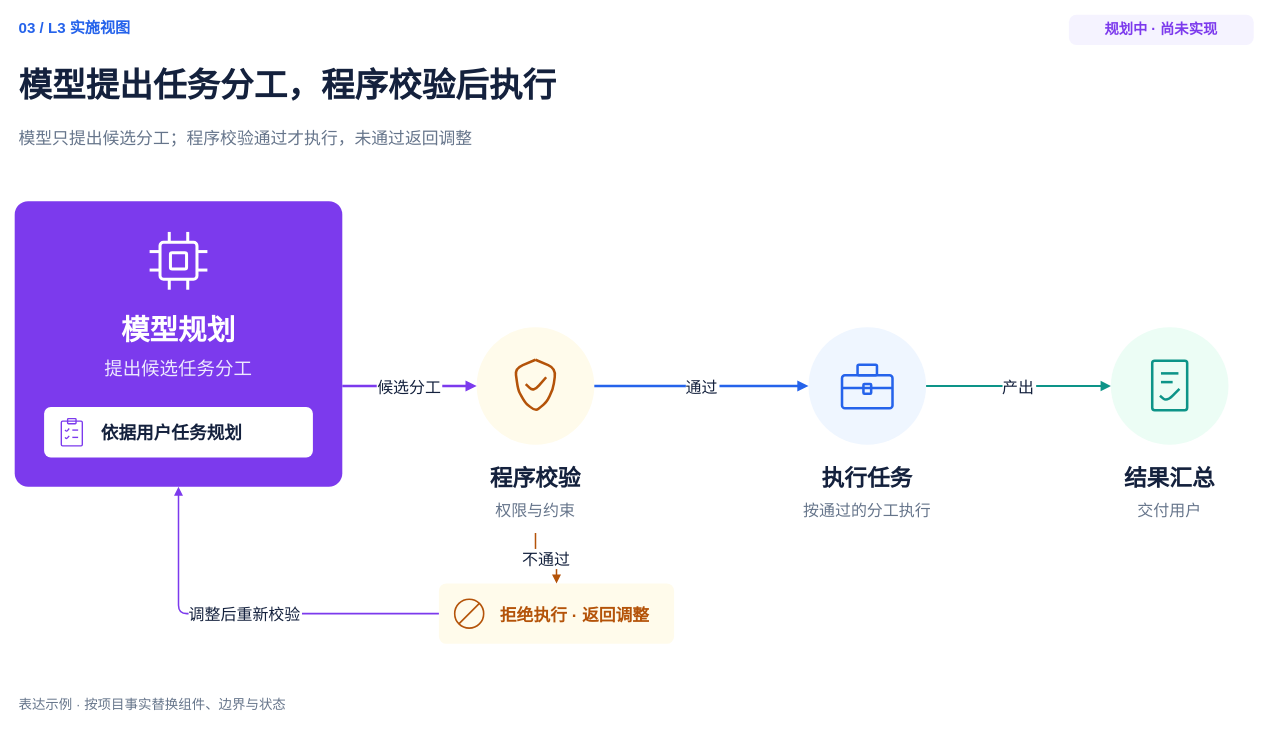
The draw.io diagram page "未来规划（规划中）" (2 of 2) of plugins/team-standards/skills/architecture-diagram-design/assets/templates/03-execution-comparison.drawio in exception-coder/team-standards, before the edit. Source tidied: cells renumbered, new cells numbered last; positions are measured from the earlier drawing's top-left corner, leaving out a move shared by most shapes. Both pictures are drawn from the tidied source at 84%, with x=0, y=0 at pixel (14, 14).
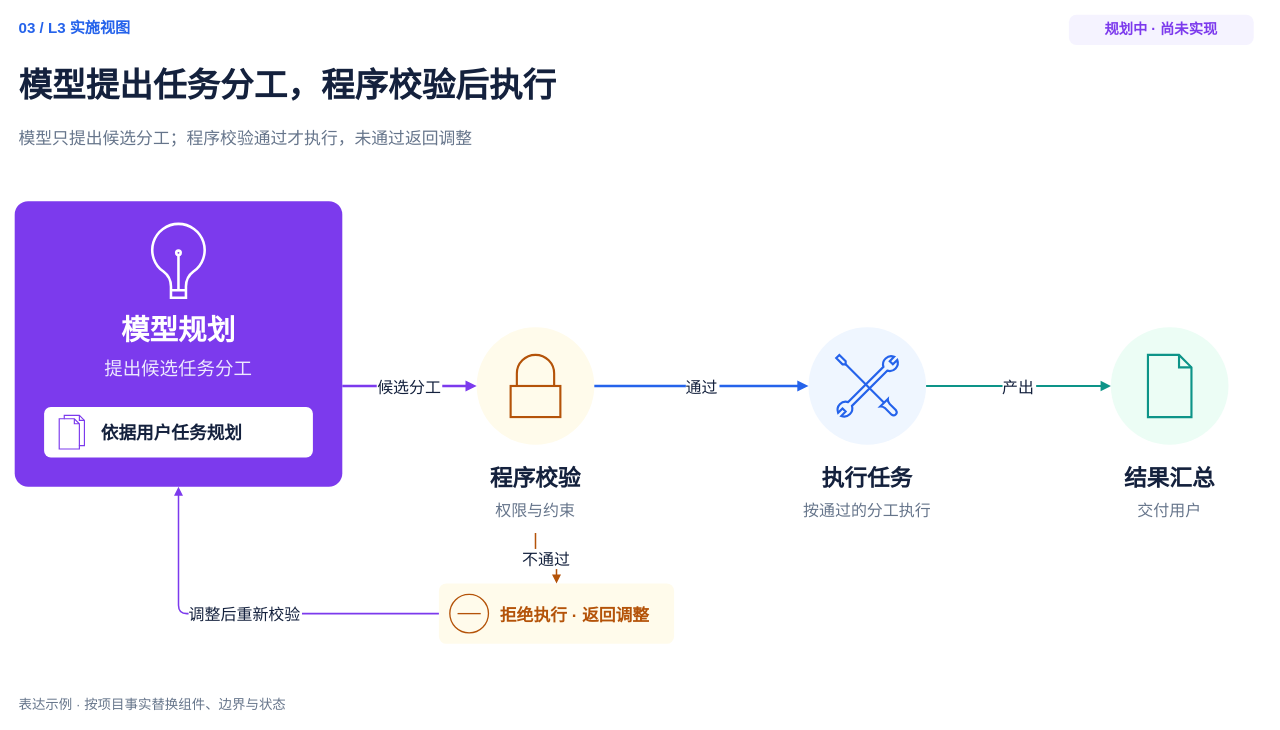
The same diagram, later.

The change refers to these unchanged cells:
```xml
<mxCell id="8" style="group;selectParentFirst=1;fillColor=none;strokeColor=none;" parent="1" vertex="1">
  <mxGeometry y="222" width="390" height="340" as="geometry" />
</mxCell>
<mxCell id="23" style="group;selectParentFirst=1;fillColor=none;strokeColor=none;" parent="8" vertex="1">
  <mxGeometry x="35" y="245" width="320" height="60" as="geometry" />
</mxCell>
<mxCell id="33" style="group;selectParentFirst=1;fillColor=none;strokeColor=none;" parent="1" vertex="1">
  <mxGeometry x="505" y="347" width="230" height="270" as="geometry" />
</mxCell>
<mxCell id="40" style="group;selectParentFirst=1;fillColor=none;strokeColor=none;" parent="1" vertex="1">
  <mxGeometry x="900" y="347" width="230" height="270" as="geometry" />
</mxCell>
<mxCell id="49" style="group;selectParentFirst=1;fillColor=none;strokeColor=none;" parent="1" vertex="1">
  <mxGeometry x="1260" y="347" width="230" height="270" as="geometry" />
</mxCell>
<mxCell id="61" style="group;selectParentFirst=1;fillColor=none;strokeColor=none;" parent="1" vertex="1">
  <mxGeometry x="505" y="677" width="280" height="72" as="geometry" />
</mxCell>
```

What changed in the source:
```diff
@@
-    <mxCell id="10" style="group;selectParentFirst=1;fillColor=none;strokeColor=none;" parent="8" vertex="1">
-      <mxGeometry x="151" y="27" width="88" height="88" as="geometry" />
+    <mxCell id="10" style="fontFamily=Microsoft YaHei,Arial;html=0;fontColor=#14213D;shape=mxgraph.ios7.icons.lightbulb;fillColor=none;strokeColor=#FFFFFF;strokeWidth=3.0250000000000004;" parent="8" vertex="1">
+      <mxGeometry x="161.1" y="27" width="67.7" height="88" as="geometry" />
     </mxCell>
-    <mxCell id="11" style="fontFamily=Microsoft YaHei,Arial;html=0;fontColor=#14213D;rounded=1;absoluteArcSize=1;arcSize=8.25;fillColor=none;strokeColor=#FFFFFF;strokeWidth=2;strokeWidth=3.575;" parent="10" vertex="1">
-      <mxGeometry x="22" y="22" width="44" height="44" as="geometry" />
-    </mxCell>
-    <mxCell id="12" style="endArrow=none;startArrow=none;strokeColor=#FFFFFF;strokeWidth=3.575;rounded=1;html=0;" parent="10" edge="1">
-      <mxGeometry relative="1" as="geometry">
-        <mxPoint x="33" y="9.6" as="sourcePoint" />
-        <mxPoint x="33" y="22" as="targetPoint" />
-      </mxGeometry>
-    </mxCell>
-    <mxCell id="13" style="endArrow=none;startArrow=none;strokeColor=#FFFFFF;strokeWidth=3.575;rounded=1;html=0;" parent="10" edge="1">
-      <mxGeometry relative="1" as="geometry">
-        <mxPoint x="33" y="66" as="sourcePoint" />
-        <mxPoint x="33" y="78.4" as="targetPoint" />
-      </mxGeometry>
-    </mxCell>
-    <mxCell id="14" style="endArrow=none;startArrow=none;strokeColor=#FFFFFF;strokeWidth=3.575;rounded=1;html=0;" parent="10" edge="1">
-      <mxGeometry relative="1" as="geometry">
-        <mxPoint x="9.6" y="33" as="sourcePoint" />
-        <mxPoint x="22" y="33" as="targetPoint" />
-      </mxGeometry>
-    </mxCell>
-    <mxCell id="15" style="endArrow=none;startArrow=none;strokeColor=#FFFFFF;strokeWidth=3.575;rounded=1;html=0;" parent="10" edge="1">
-      <mxGeometry relative="1" as="geometry">
-        <mxPoint x="66" y="33" as="sourcePoint" />
-        <mxPoint x="78.4" y="33" as="targetPoint" />
-      </mxGeometry>
-    </mxCell>
-    <mxCell id="16" style="endArrow=none;startArrow=none;strokeColor=#FFFFFF;strokeWidth=3.575;rounded=1;html=0;" parent="10" edge="1">
-      <mxGeometry relative="1" as="geometry">
-        <mxPoint x="55" y="9.6" as="sourcePoint" />
-        <mxPoint x="55" y="22" as="targetPoint" />
-      </mxGeometry>
-    </mxCell>
-    <mxCell id="17" style="endArrow=none;startArrow=none;strokeColor=#FFFFFF;strokeWidth=3.575;rounded=1;html=0;" parent="10" edge="1">
-      <mxGeometry relative="1" as="geometry">
-        <mxPoint x="55" y="66" as="sourcePoint" />
-        <mxPoint x="55" y="78.4" as="targetPoint" />
-      </mxGeometry>
-    </mxCell>
-    <mxCell id="18" style="endArrow=none;startArrow=none;strokeColor=#FFFFFF;strokeWidth=3.575;rounded=1;html=0;" parent="10" edge="1">
-      <mxGeometry relative="1" as="geometry">
-        <mxPoint x="9.6" y="55" as="sourcePoint" />
-        <mxPoint x="22" y="55" as="targetPoint" />
-      </mxGeometry>
-    </mxCell>
-    <mxCell id="19" style="endArrow=none;startArrow=none;strokeColor=#FFFFFF;strokeWidth=3.575;rounded=1;html=0;" parent="10" edge="1">
-      <mxGeometry relative="1" as="geometry">
-        <mxPoint x="66" y="55" as="sourcePoint" />
-        <mxPoint x="78.4" y="55" as="targetPoint" />
-      </mxGeometry>
-    </mxCell>
-    <mxCell id="20" style="fontFamily=Microsoft YaHei,Arial;html=0;fontColor=#14213D;rounded=1;absoluteArcSize=1;arcSize=4.125;fillColor=none;strokeColor=#FFFFFF;strokeWidth=2;strokeWidth=3.575;" parent="10" vertex="1">
-      <mxGeometry x="34.4" y="34.4" width="19.2" height="19.2" as="geometry" />
-    </mxCell>
@@
-    <mxCell id="25" style="group;selectParentFirst=1;fillColor=none;strokeColor=none;" parent="23" vertex="1">
-      <mxGeometry x="13" y="10" width="40" height="40" as="geometry" />
+    <mxCell id="25" style="fontFamily=Microsoft YaHei,Arial;html=0;fontColor=#14213D;shape=mxgraph.ios7.icons.documents;fillColor=none;strokeColor=#7C3AED;strokeWidth=1.375;" parent="23" vertex="1">
+      <mxGeometry x="18" y="10" width="30" height="40" as="geometry" />
     </mxCell>
-    <mxCell id="26" style="fontFamily=Microsoft YaHei,Arial;html=0;fontColor=#14213D;rounded=1;absoluteArcSize=1;arcSize=3.125;fillColor=none;strokeColor=#7C3AED;strokeWidth=2;strokeWidth=1.625;" parent="25" vertex="1">
-      <mxGeometry x="7.5" y="6.9" width="25" height="29.4" as="geometry" />
-    </mxCell>
-    <mxCell id="27" style="fontFamily=Microsoft YaHei,Arial;html=0;fontColor=#14213D;rounded=1;absoluteArcSize=1;arcSize=1.875;fillColor=none;strokeColor=#7C3AED;strokeWidth=2;strokeWidth=1.625;" parent="25" vertex="1">
-      <mxGeometry x="15" y="3.8" width="10" height="6.2" as="geometry" />
-    </mxCell>
-    <mxCell id="28" style="endArrow=none;startArrow=none;strokeColor=#7C3AED;strokeWidth=1.625;rounded=1;html=0;" parent="25" edge="1">
-      <mxGeometry relative="1" as="geometry">
-        <mxPoint x="11.9" y="17.5" as="sourcePoint" />
-        <mxPoint x="16.9" y="15.6" as="targetPoint" />
-        <Array as="points">
-          <mxPoint x="13.8" y="19.4" />
-        </Array>
-      </mxGeometry>
-    </mxCell>
-    <mxCell id="29" style="endArrow=none;startArrow=none;strokeColor=#7C3AED;strokeWidth=1.625;rounded=1;html=0;" parent="25" edge="1">
-      <mxGeometry relative="1" as="geometry">
-        <mxPoint x="20.6" y="17.5" as="sourcePoint" />
-        <mxPoint x="27.5" y="17.5" as="targetPoint" />
-      </mxGeometry>
-    </mxCell>
-    <mxCell id="30" style="endArrow=none;startArrow=none;strokeColor=#7C3AED;strokeWidth=1.625;rounded=1;html=0;" parent="25" edge="1">
-      <mxGeometry relative="1" as="geometry">
-        <mxPoint x="11.9" y="26.2" as="sourcePoint" />
-        <mxPoint x="16.9" y="24.4" as="targetPoint" />
-        <Array as="points">
-          <mxPoint x="13.8" y="28.1" />
-        </Array>
-      </mxGeometry>
-    </mxCell>
-    <mxCell id="31" style="endArrow=none;startArrow=none;strokeColor=#7C3AED;strokeWidth=1.625;rounded=1;html=0;" parent="25" edge="1">
-      <mxGeometry relative="1" as="geometry">
-        <mxPoint x="20.6" y="26.2" as="sourcePoint" />
-        <mxPoint x="27.5" y="26.2" as="targetPoint" />
-      </mxGeometry>
-    </mxCell>
@@
-    <mxCell id="35" style="group;selectParentFirst=1;fillColor=none;strokeColor=none;" parent="33" vertex="1">
-      <mxGeometry x="78" y="58" width="74" height="74" as="geometry" />
+    <mxCell id="35" style="fontFamily=Microsoft YaHei,Arial;html=0;fontColor=#14213D;shape=mxgraph.ios7.icons.locked;fillColor=none;strokeColor=#B45309;strokeWidth=2.54375;" parent="33" vertex="1">
+      <mxGeometry x="85.4" y="58" width="59.2" height="74" as="geometry" />
     </mxCell>
-    <mxCell id="36" style="endArrow=none;startArrow=none;strokeColor=#B45309;strokeWidth=3.00625;rounded=1;html=0;" parent="35" edge="1">
-      <mxGeometry relative="1" as="geometry">
-        <mxPoint x="37" y="5.8" as="sourcePoint" />
-        <mxPoint x="37" y="5.8" as="targetPoint" />
-        <Array as="points">
-          <mxPoint x="61.3" y="16.2" />
-          <mxPoint x="57.8" y="41.6" />
-          <mxPoint x="49.7" y="56.7" />
-          <mxPoint x="37" y="67.1" />
-          <mxPoint x="24.3" y="56.7" />
-          <mxPoint x="16.2" y="41.6" />
-          <mxPoint x="12.7" y="16.2" />
-        </Array>
-      </mxGeometry>
-    </mxCell>
-    <mxCell id="37" style="endArrow=none;startArrow=none;strokeColor=#B45309;strokeWidth=3.00625;rounded=1;html=0;" parent="35" edge="1">
-      <mxGeometry relative="1" as="geometry">
-        <mxPoint x="25.4" y="34.7" as="sourcePoint" />
-        <mxPoint x="49.7" y="26.6" as="targetPoint" />
-        <Array as="points">
-          <mxPoint x="34.7" y="43.9" />
-        </Array>
-      </mxGeometry>
-    </mxCell>
@@
-    <mxCell id="42" style="group;selectParentFirst=1;fillColor=none;strokeColor=none;" parent="40" vertex="1">
+    <mxCell id="42" style="fontFamily=Microsoft YaHei,Arial;html=0;fontColor=#14213D;shape=mxgraph.ios7.icons.tools;fillColor=none;strokeColor=#2563EB;strokeWidth=2.54375;" parent="40" vertex="1">
       <mxGeometry x="78" y="58" width="74" height="74" as="geometry" />
     </mxCell>
-    <mxCell id="43" style="fontFamily=Microsoft YaHei,Arial;html=0;fontColor=#14213D;rounded=1;absoluteArcSize=1;arcSize=6.9375;fillColor=none;strokeColor=#2563EB;strokeWidth=2;strokeWidth=3.00625;" parent="42" vertex="1">
-      <mxGeometry x="6.9" y="24.3" width="60.1" height="39.3" as="geometry" />
-    </mxCell>
-    <mxCell id="44" style="fontFamily=Microsoft YaHei,Arial;html=0;fontColor=#14213D;rounded=1;absoluteArcSize=1;arcSize=3.46875;fillColor=none;strokeColor=#2563EB;strokeWidth=2;strokeWidth=3.00625;" parent="42" vertex="1">
-      <mxGeometry x="25.4" y="11.6" width="23.1" height="12.7" as="geometry" />
-    </mxCell>
-    <mxCell id="45" style="endArrow=none;startArrow=none;strokeColor=#2563EB;strokeWidth=3.00625;rounded=1;html=0;" parent="42" edge="1">
-      <mxGeometry relative="1" as="geometry">
-        <mxPoint x="6.9" y="39.3" as="sourcePoint" />
-        <mxPoint x="67.1" y="39.3" as="targetPoint" />
-      </mxGeometry>
-    </mxCell>
-    <mxCell id="46" style="fontFamily=Microsoft YaHei,Arial;html=0;fontColor=#14213D;rounded=1;absoluteArcSize=1;arcSize=2.3125;fillColor=none;strokeColor=#2563EB;strokeWidth=2;strokeWidth=3.00625;" parent="42" vertex="1">
-      <mxGeometry x="32.4" y="34.7" width="9.2" height="11.6" as="geometry" />
-    </mxCell>
@@
-    <mxCell id="51" style="group;selectParentFirst=1;fillColor=none;strokeColor=none;" parent="49" vertex="1">
-      <mxGeometry x="78" y="58" width="74" height="74" as="geometry" />
+    <mxCell id="51" style="fontFamily=Microsoft YaHei,Arial;html=0;fontColor=#14213D;shape=mxgraph.ios7.icons.document;fillColor=none;strokeColor=#0D9488;strokeWidth=2.54375;" parent="49" vertex="1">
+      <mxGeometry x="89.1" y="58" width="51.8" height="74" as="geometry" />
     </mxCell>
-    <mxCell id="52" style="fontFamily=Microsoft YaHei,Arial;html=0;fontColor=#14213D;rounded=1;absoluteArcSize=1;arcSize=5.78125;fillColor=none;strokeColor=#0D9488;strokeWidth=2;strokeWidth=3.00625;" parent="51" vertex="1">
-      <mxGeometry x="16.2" y="6.9" width="41.6" height="59" as="geometry" />
-    </mxCell>
-    <mxCell id="53" style="endArrow=none;startArrow=none;strokeColor=#0D9488;strokeWidth=3.00625;rounded=1;html=0;" parent="51" edge="1">
-      <mxGeometry relative="1" as="geometry">
-        <mxPoint x="26.6" y="22" as="sourcePoint" />
-        <mxPoint x="47.4" y="22" as="targetPoint" />
-      </mxGeometry>
-    </mxCell>
-    <mxCell id="54" style="endArrow=none;startArrow=none;strokeColor=#0D9488;strokeWidth=3.00625;rounded=1;html=0;" parent="51" edge="1">
-      <mxGeometry relative="1" as="geometry">
-        <mxPoint x="26.6" y="32.4" as="sourcePoint" />
-        <mxPoint x="40.5" y="32.4" as="targetPoint" />
-      </mxGeometry>
-    </mxCell>
-    <mxCell id="55" style="endArrow=none;startArrow=none;strokeColor=#0D9488;strokeWidth=3.00625;rounded=1;html=0;" parent="51" edge="1">
-      <mxGeometry relative="1" as="geometry">
-        <mxPoint x="25.4" y="48.6" as="sourcePoint" />
-        <mxPoint x="48.6" y="40.5" as="targetPoint" />
-        <Array as="points">
-          <mxPoint x="33.5" y="55.5" />
-        </Array>
-      </mxGeometry>
-    </mxCell>
@@
-    <mxCell id="63" style="group;selectParentFirst=1;fillColor=none;strokeColor=none;" parent="61" vertex="1">
+    <mxCell id="63" style="fontFamily=Microsoft YaHei,Arial;html=0;fontColor=#14213D;shape=mxgraph.ios7.icons.delete;fillColor=none;strokeColor=#B45309;strokeWidth=1.58125;" parent="61" vertex="1">
       <mxGeometry x="13" y="13" width="46" height="46" as="geometry" />
     </mxCell>
-    <mxCell id="64" style="fontFamily=Microsoft YaHei,Arial;html=0;fontColor=#14213D;ellipse;fillColor=none;strokeColor=#B45309;strokeWidth=2.6;strokeWidth=1.8687500000000001;" parent="63" vertex="1">
-      <mxGeometry x="5.8" y="5.8" width="34.5" height="34.5" as="geometry" />
-    </mxCell>
-    <mxCell id="65" style="endArrow=none;startArrow=none;strokeColor=#B45309;strokeWidth=1.8687500000000001;rounded=1;html=0;" parent="63" edge="1">
-      <mxGeometry relative="1" as="geometry">
-        <mxPoint x="10.8" y="35.2" as="sourcePoint" />
-        <mxPoint x="35.2" y="10.8" as="targetPoint" />
-      </mxGeometry>
-    </mxCell>
```
